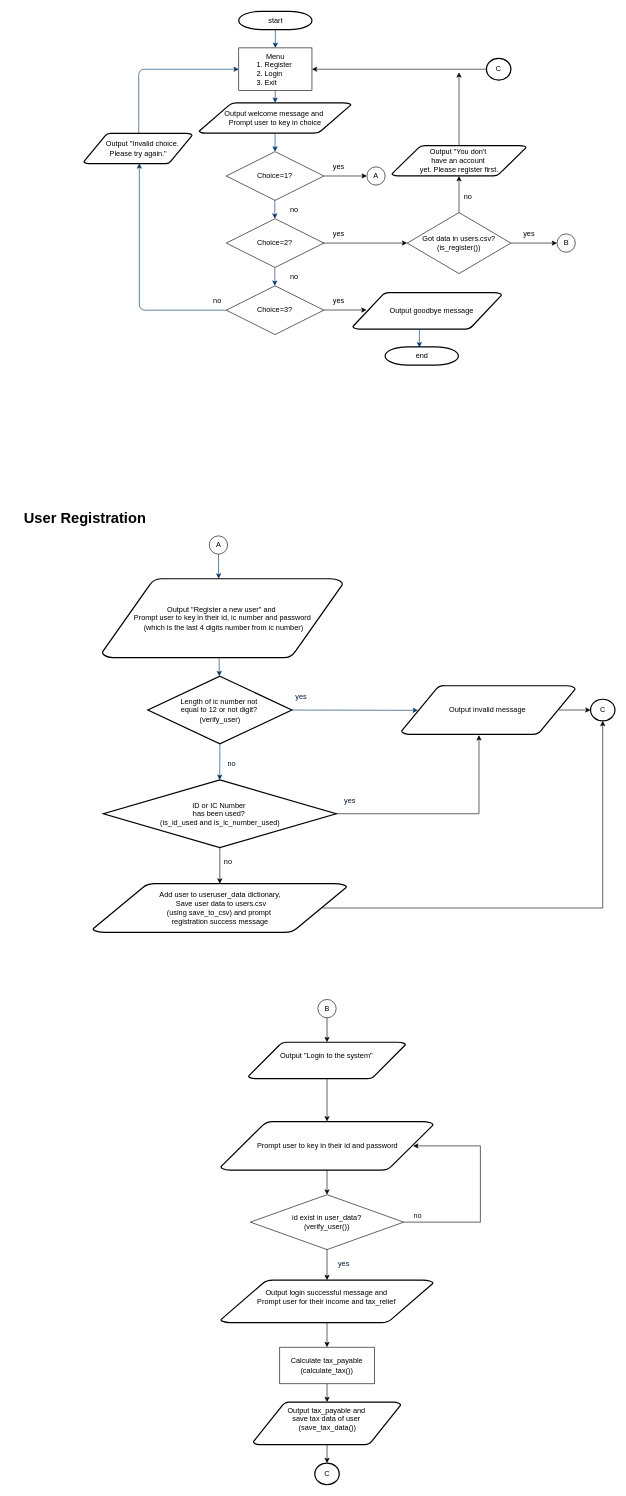
naiseman/SQIT3073 keeps this draw.io diagram as Malaysian Tax Input Program.drawio. Above is the earlier version. Source tidied: cells renumbered, new cells numbered last; positions are measured from the earlier drawing's top-left corner, leaving out a move shared by most shapes. Both pictures are drawn from the tidied source at 61%, with x=0, y=0 at pixel (23, 11).
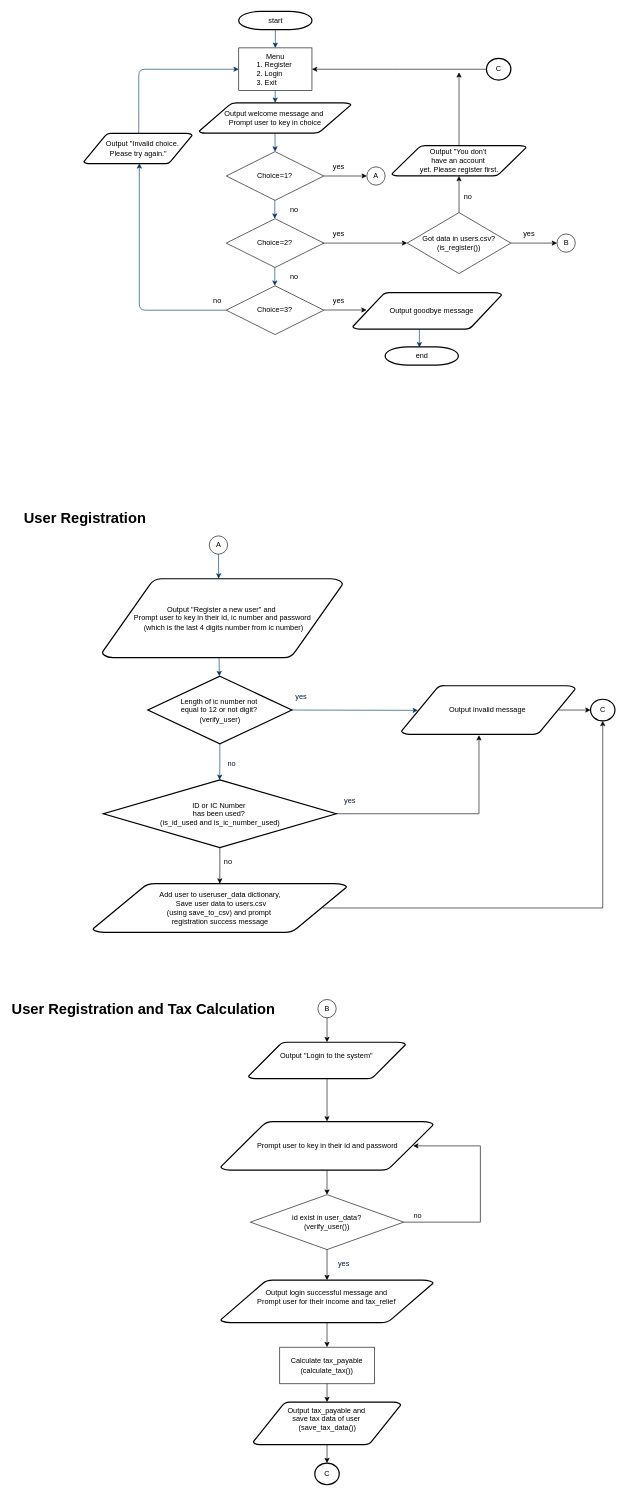
The same diagram, later.

Diff of the diagram source:
```diff
@@
+    <mxCell id="78" value="&lt;h1 style=&quot;margin-top: 0px;&quot;&gt;User Registration and Tax Calculation&lt;/h1&gt;&lt;p&gt;&lt;br&gt;&lt;/p&gt;" style="text;html=1;whiteSpace=wrap;overflow=hidden;rounded=0;" parent="1" vertex="1">
+      <mxGeometry x="-20" y="1615" width="460" height="40" as="geometry" />
+    </mxCell>
```
